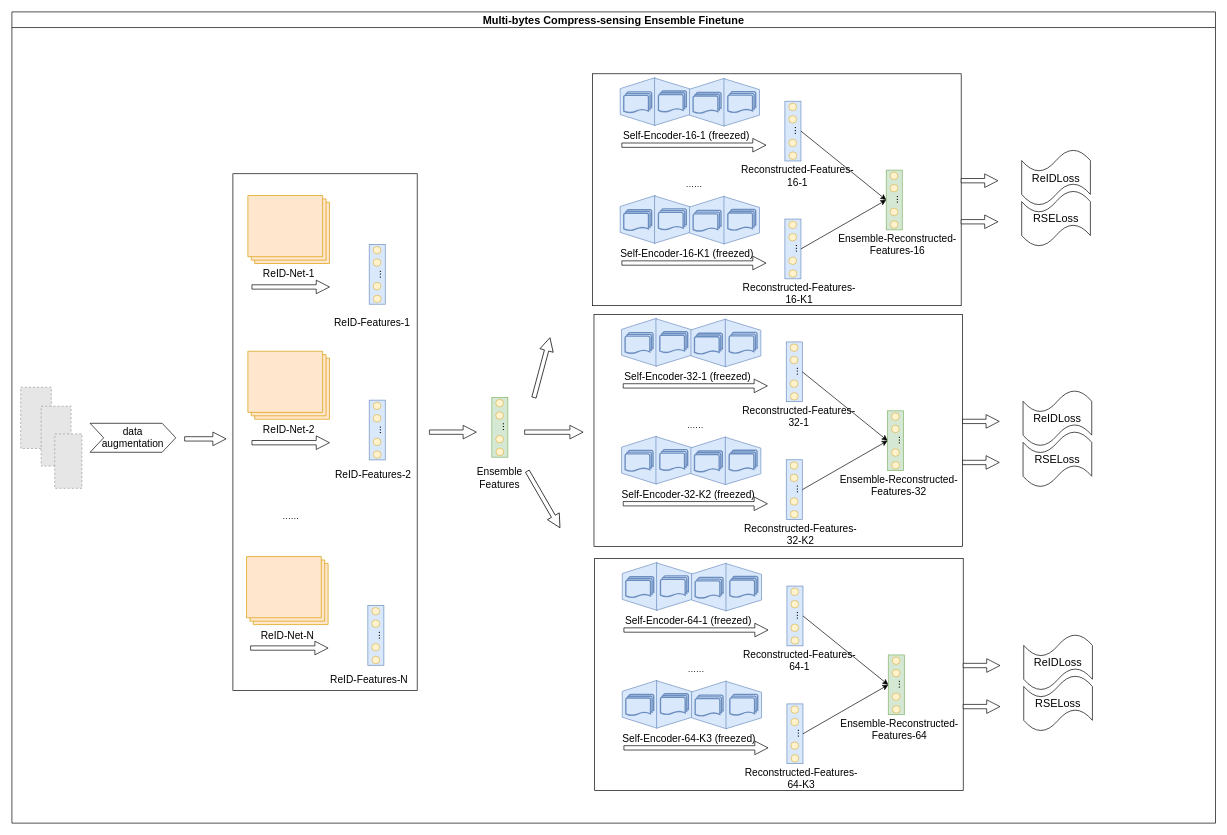
Above: naic21.joint.ensemble2.drawio in Wu-Xiang123/Hello-GItHub (draw.io), before the change. Source tidied: cells renumbered, new cells numbered last; positions are measured from the earlier drawing's top-left corner, leaving out a move shared by most shapes. Both pictures are drawn from the tidied source at 68%, with x=0, y=0 at pixel (12, 12). Pictures stored in the file or linked from it are replaced by grey dashed boxes.
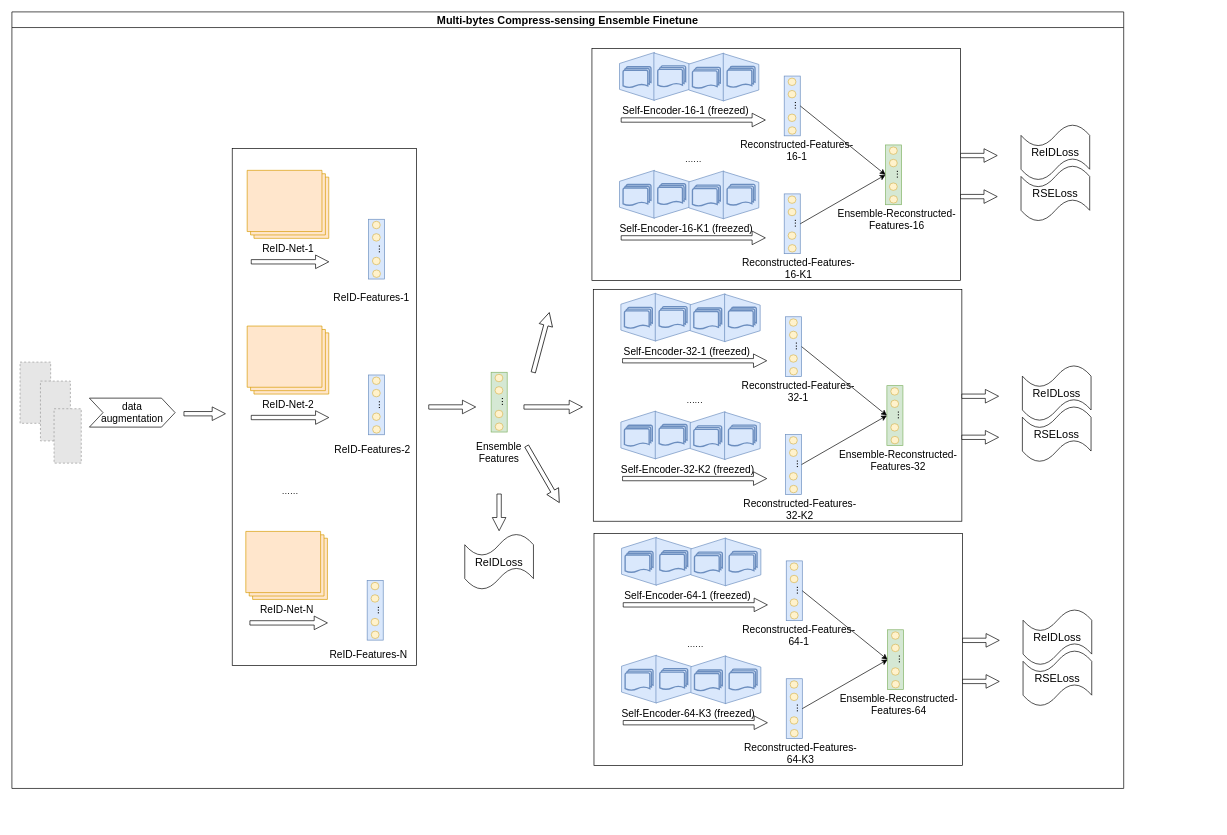
After the change.

Change to the diagram source:
```diff
@@
     <mxCell id="2" value="Multi-bytes Compress-sensing Ensemble Finetune" style="swimlane;fontSize=16;" parent="1" vertex="1">
-      <mxGeometry width="1770" height="1193" as="geometry" />
+      <mxGeometry width="1635" height="1142" as="geometry" />
     </mxCell>
     <mxCell id="3" style="group;" parent="2" vertex="1">
-      <mxGeometry x="13" y="552" width="228" height="148.6" as="geometry" />
+      <mxGeometry x="12" y="515" width="228" height="148.6" as="geometry" />
     </mxCell>
@@
     <mxCell id="8" style="html=1;shadow=0;dashed=0;align=center;verticalAlign=middle;shape=mxgraph.arrows2.arrow;dy=0.68;dx=19.45;notch=0;fontSize=15;" parent="2" vertex="1">
-      <mxGeometry x="254" y="617.9" width="61" height="20" as="geometry" />
+      <mxGeometry x="253" y="580.9" width="61" height="20" as="geometry" />
     </mxCell>
     <mxCell id="9" style="group;" parent="2" vertex="1">
-      <mxGeometry x="651" y="567" width="133" height="124.3" as="geometry" />
+      <mxGeometry x="650" y="530" width="133" height="124.3" as="geometry" />
     </mxCell>
@@
     <mxCell id="17" style="html=1;shadow=0;dashed=0;align=center;verticalAlign=middle;shape=mxgraph.arrows2.arrow;dy=0.68;dx=19.45;notch=0;fontSize=15;rotation=-75;" parent="2" vertex="1">
-      <mxGeometry x="734" y="513" width="91" height="20.2" as="geometry" />
+      <mxGeometry x="733" y="476" width="91" height="20.2" as="geometry" />
     </mxCell>
     <mxCell id="18" style="html=1;shadow=0;dashed=0;align=center;verticalAlign=middle;shape=mxgraph.arrows2.arrow;dy=0.68;dx=19.45;notch=0;fontSize=15;" parent="2" vertex="1">
-      <mxGeometry x="754" y="608" width="86" height="20" as="geometry" />
+      <mxGeometry x="753" y="571" width="86" height="20" as="geometry" />
     </mxCell>
     <mxCell id="19" style="html=1;shadow=0;dashed=0;align=center;verticalAlign=middle;shape=mxgraph.arrows2.arrow;dy=0.68;dx=19.45;notch=0;fontSize=15;rotation=60;" parent="2" vertex="1">
-      <mxGeometry x="734" y="707" width="96" height="20" as="geometry" />
+      <mxGeometry x="733" y="670" width="96" height="20" as="geometry" />
     </mxCell>
     <mxCell id="20" style="group;" parent="2" vertex="1">
-      <mxGeometry x="325" y="238" width="271" height="760" as="geometry" />
+      <mxGeometry x="324" y="201" width="271" height="760" as="geometry" />
     </mxCell>
@@
     <mxCell id="54" style="html=1;shadow=0;dashed=0;align=center;verticalAlign=middle;shape=mxgraph.arrows2.arrow;dy=0.68;dx=19.45;notch=0;fontSize=15;" parent="2" vertex="1">
-      <mxGeometry x="614" y="608" width="69" height="20" as="geometry" />
+      <mxGeometry x="613" y="571" width="69" height="20" as="geometry" />
     </mxCell>
     <mxCell id="55" style="group;" parent="2" vertex="1">
-      <mxGeometry x="854" y="91" width="732" height="341" as="geometry" />
+      <mxGeometry x="853" y="54" width="732" height="341" as="geometry" />
     </mxCell>
@@
     <mxCell id="106" style="group;" parent="2" vertex="1">
-      <mxGeometry x="857" y="804" width="732" height="341" as="geometry" />
+      <mxGeometry x="856" y="767" width="732" height="341" as="geometry" />
     </mxCell>
@@
     <mxCell id="157" style="group;" parent="2" vertex="1">
-      <mxGeometry x="856" y="445" width="732" height="341" as="geometry" />
+      <mxGeometry x="855" y="408" width="732" height="341" as="geometry" />
     </mxCell>
@@
+    <mxCell id="208" value="&lt;font style=&quot;font-size: 16px;&quot;&gt;ReIDLoss&lt;/font&gt;" style="shape=tape;whiteSpace=wrap;html=1;" parent="2" vertex="1">
+      <mxGeometry x="666" y="767" width="101" height="83" as="geometry" />
+    </mxCell>
+    <mxCell id="209" style="html=1;shadow=0;dashed=0;align=center;verticalAlign=middle;shape=mxgraph.arrows2.arrow;dy=0.68;dx=19.45;notch=0;fontSize=15;rotation=90;" parent="2" vertex="1">
+      <mxGeometry x="689.5" y="726" width="54" height="20" as="geometry" />
+    </mxCell>
```
